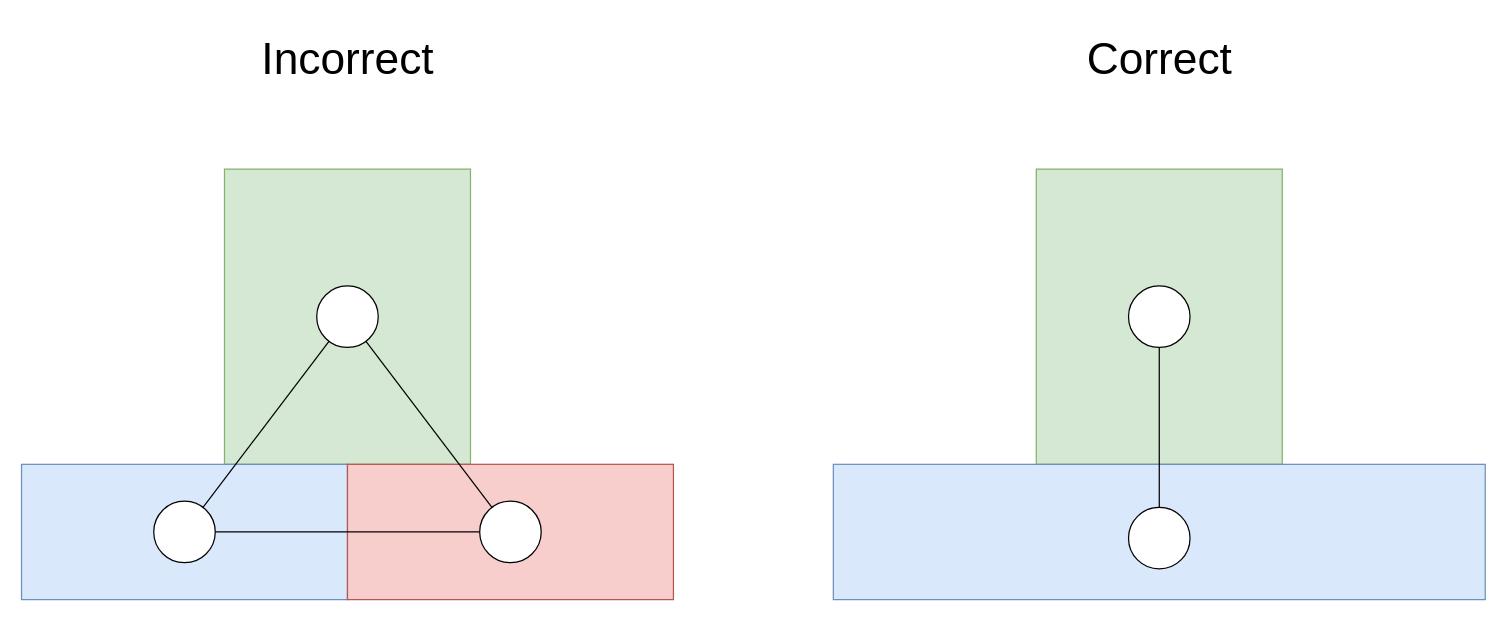
maxvanschendel/geomatics-master-thesis keeps this draw.io diagram as doc/notes/fig/segmentation_failure.drawio. Above is the earlier version. Source tidied: cells renumbered, new cells numbered last; positions are measured from the earlier drawing's top-left corner, leaving out a move shared by most shapes. Both pictures are drawn from the tidied source at 123%, with x=0, y=0 at pixel (21, 21).
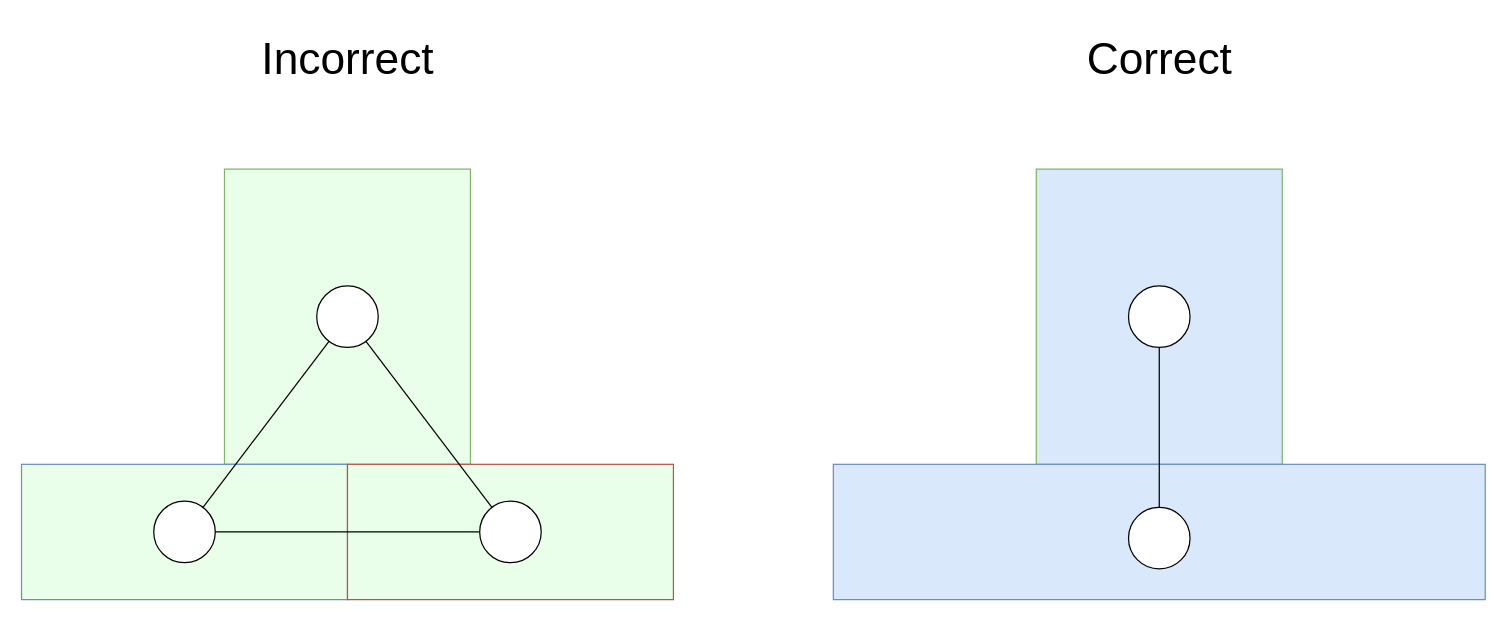
The same page after the edit.

What changed in the source:
```diff
@@
 <mxGraphModel>
   <root>
     <mxCell id="0" />
     <mxCell id="1" parent="0" />
     <mxCell id="2" value="&lt;font style=&quot;font-size: 36px;&quot;&gt;Incorrect&lt;/font&gt;" style="text;html=1;align=center;verticalAlign=middle;strokeColor=none;fillColor=none;" parent="1" vertex="1">
       <mxGeometry x="185" width="160" height="60" as="geometry" />
     </mxCell>
     <mxCell id="3" value="&lt;font style=&quot;font-size: 36px;&quot;&gt;Correct&lt;/font&gt;" style="text;html=1;align=center;verticalAlign=middle;strokeColor=none;fillColor=none;" parent="1" vertex="1">
       <mxGeometry x="855" width="140" height="60" as="geometry" />
     </mxCell>
     <mxCell id="4" style="group;" parent="1" vertex="1">
       <mxGeometry x="660" y="120" width="530" height="350" as="geometry" />
     </mxCell>
-    <mxCell id="5" style="rounded=0;whiteSpace=wrap;html=1;fillColor=#d5e8d4;strokeColor=#82b366;" parent="4" vertex="1">
+    <mxCell id="5" style="rounded=0;whiteSpace=wrap;html=1;fillColor=#DAE8FC;strokeColor=#82b366;" parent="4" vertex="1">
       <mxGeometry x="165" width="200" height="240" as="geometry" />
     </mxCell>
-    <mxCell id="6" style="rounded=0;whiteSpace=wrap;html=1;fillColor=#dae8fc;strokeColor=#6c8ebf;" parent="4" vertex="1">
+    <mxCell id="6" style="rounded=0;whiteSpace=wrap;html=1;fillColor=#DAE8FC;strokeColor=#6c8ebf;" parent="4" vertex="1">
       <mxGeometry y="240" width="530" height="110" as="geometry" />
     </mxCell>
     <mxCell id="7" style="ellipse;whiteSpace=wrap;html=1;" parent="4" vertex="1">
       <mxGeometry x="240" y="95" width="50" height="50" as="geometry" />
     </mxCell>
     <mxCell id="8" style="ellipse;whiteSpace=wrap;html=1;" parent="4" vertex="1">
       <mxGeometry x="240" y="275" width="50" height="50" as="geometry" />
     </mxCell>
     <mxCell id="9" style="endArrow=none;html=1;rounded=0;" parent="4" edge="1" source="8" target="7">
       <mxGeometry relative="1" as="geometry" />
     </mxCell>
     <mxCell id="10" style="group;" parent="1" vertex="1">
       <mxGeometry y="120" width="530" height="350" as="geometry" />
     </mxCell>
-    <mxCell id="11" style="rounded=0;whiteSpace=wrap;html=1;fillColor=#d5e8d4;strokeColor=#82b366;" parent="10" vertex="1">
+    <mxCell id="11" style="rounded=0;whiteSpace=wrap;html=1;fillColor=#EAFFE9;strokeColor=#82b366;" parent="10" vertex="1">
       <mxGeometry x="165" width="200" height="240" as="geometry" />
     </mxCell>
-    <mxCell id="12" style="rounded=0;whiteSpace=wrap;html=1;fillColor=#dae8fc;strokeColor=#6c8ebf;" parent="10" vertex="1">
+    <mxCell id="12" style="rounded=0;whiteSpace=wrap;html=1;fillColor=#EAFFE9;strokeColor=#6c8ebf;" parent="10" vertex="1">
       <mxGeometry y="240" width="265" height="110" as="geometry" />
     </mxCell>
-    <mxCell id="13" style="rounded=0;whiteSpace=wrap;html=1;fillColor=#f8cecc;strokeColor=#b85450;" parent="10" vertex="1">
+    <mxCell id="13" style="rounded=0;whiteSpace=wrap;html=1;fillColor=#EAFFE9;strokeColor=#b85450;" parent="10" vertex="1">
       <mxGeometry x="265" y="240" width="265" height="110" as="geometry" />
     </mxCell>
     <mxCell id="14" style="ellipse;whiteSpace=wrap;html=1;" parent="10" vertex="1">
       <mxGeometry x="240" y="95" width="50" height="50" as="geometry" />
     </mxCell>
     <mxCell id="15" style="ellipse;whiteSpace=wrap;html=1;" parent="10" vertex="1">
       <mxGeometry x="107.5" y="270" width="50" height="50" as="geometry" />
     </mxCell>
     <mxCell id="16" style="ellipse;whiteSpace=wrap;html=1;" parent="10" vertex="1">
       <mxGeometry x="372.5" y="270" width="50" height="50" as="geometry" />
     </mxCell>
     <mxCell id="17" style="endArrow=none;html=1;rounded=0;" parent="10" edge="1" source="16" target="14">
       <mxGeometry relative="1" as="geometry" />
     </mxCell>
     <mxCell id="18" style="endArrow=none;html=1;rounded=0;" parent="10" edge="1" source="15" target="14">
       <mxGeometry relative="1" as="geometry" />
     </mxCell>
     <mxCell id="19" style="endArrow=none;html=1;rounded=0;" parent="10" edge="1" source="15" target="16">
       <mxGeometry relative="1" as="geometry" />
     </mxCell>
   </root>
 </mxGraphModel>
```
